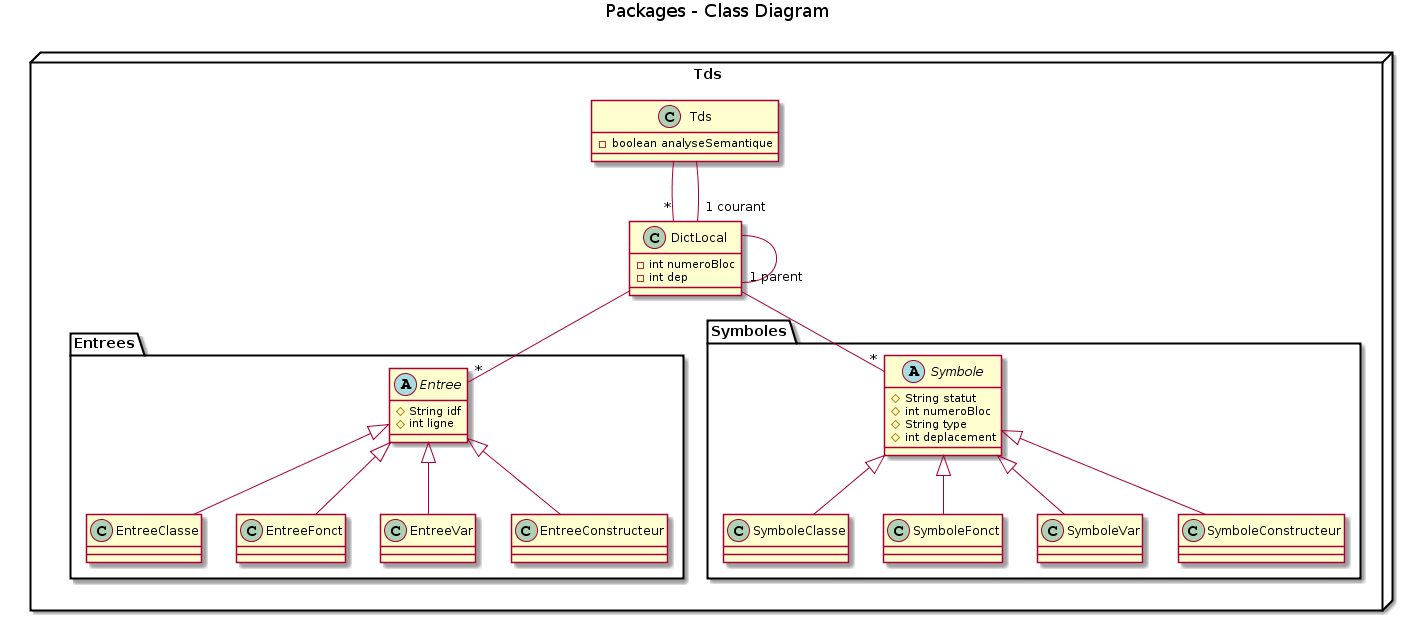
Above: uml/tds.png in Terrtia/Plic (PlantUML), before the change. Source of this version:
```plantuml
@startuml
title Packages - Class Diagram


package Tds <<Node>> {
  class Tds{
    -boolean analyseSemantique
  }

  class DictLocal{
    -int numeroBloc
    -int dep
  }
  DictLocal --"1 parent" DictLocal

  Tds --"*" DictLocal
  Tds --"1 courant" DictLocal

  package Entrees {

    abstract class Entree{
        #String idf
        #int ligne
    }

    class EntreeClasse{

    }

    class EntreeFonct{

    }

    class EntreeVar{

    }

    class EntreeConstructeur{

    }

    Entree <|-- EntreeClasse
    Entree <|-- EntreeFonct
    Entree <|-- EntreeVar
    Entree <|-- EntreeConstructeur

  }

  package Symboles {

    abstract class Symbole{
        #String statut
        #int numeroBloc
        #String type
        #int deplacement
    }

    class SymboleClasse{

    }

    class SymboleFonct{

    }

    class SymboleVar{

    }

    class SymboleConstructeur{

    }

    Symbole <|-- SymboleClasse
    Symbole <|-- SymboleFonct
    Symbole <|-- SymboleVar
    Symbole <|-- SymboleConstructeur

    }

    DictLocal --"*" Entree
    DictLocal --"*" Symbole

}
@enduml
```
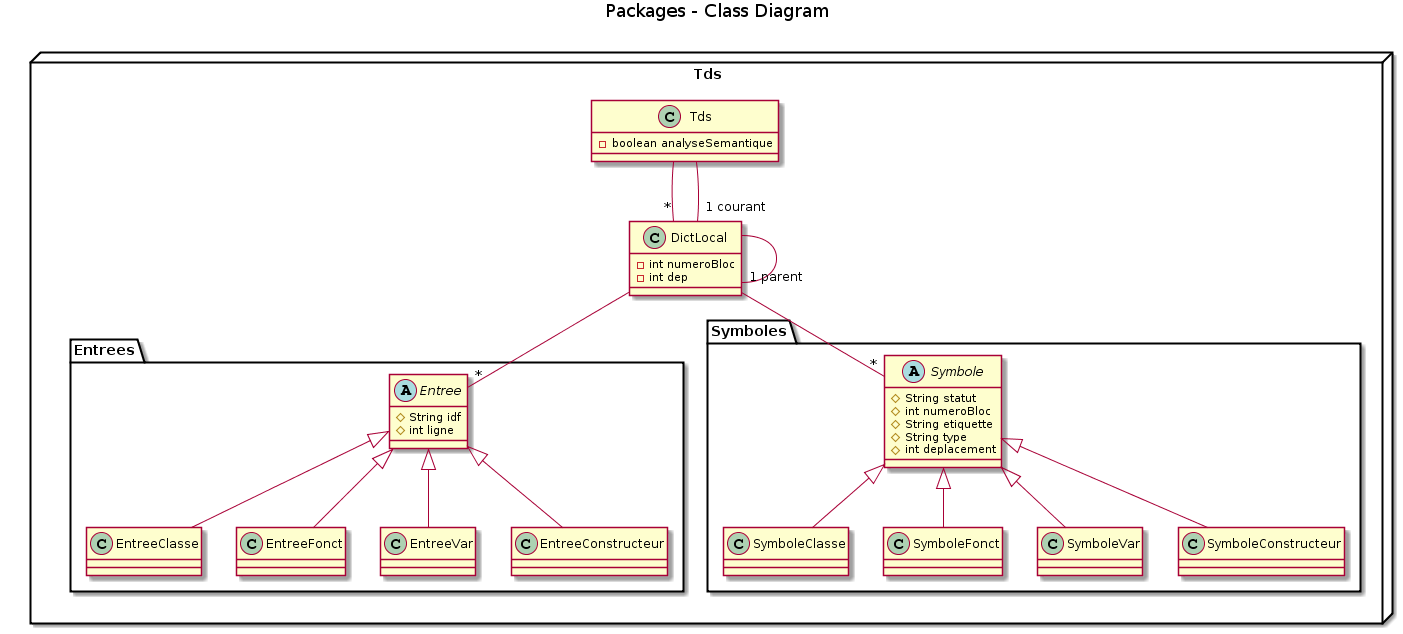
After the change.

The edit, as a diff of the source:
```diff
@@ -51,6 +51,7 @@
     abstract class Symbole{
         #String statut
         #int numeroBloc
+        #String etiquette
         #String type
         #int deplacement
     }
```
